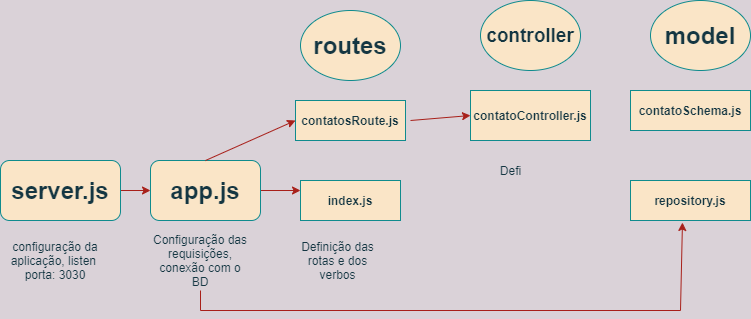
The draw.io diagram arquitetrua.png in nanda-oliveira/projeto-api-agenda, before a commit. Source tidied: cells renumbered, new cells last; positions are measured from the earlier drawing's top-left corner, leaving out a move shared by most shapes. The source it was exported from:
```xml
<mxGraphModel background="#DAD2D8">
  <root>
    <mxCell id="0" />
    <mxCell id="1" parent="0" />
    <mxCell id="2" style="edgeStyle=orthogonalEdgeStyle;curved=0;rounded=1;sketch=0;jettySize=auto;html=1;exitX=1;exitY=0.5;exitDx=0;exitDy=0;entryX=0;entryY=0.5;entryDx=0;entryDy=0;strokeColor=#A8201A;fillColor=#FAE5C7;fontColor=#143642;" parent="1" edge="1" source="3" target="5">
      <mxGeometry relative="1" as="geometry" />
    </mxCell>
    <mxCell id="3" value="&lt;h1&gt;server.js&lt;/h1&gt;" style="rounded=1;whiteSpace=wrap;html=1;fillColor=#FAE5C7;strokeColor=#0F8B8D;fontColor=#143642;" parent="1" vertex="1">
      <mxGeometry y="160" width="120" height="60" as="geometry" />
    </mxCell>
    <mxCell id="4" style="edgeStyle=orthogonalEdgeStyle;curved=0;rounded=1;sketch=0;jettySize=auto;html=1;strokeColor=#A8201A;fillColor=#FAE5C7;fontColor=#143642;" parent="1" edge="1" source="5" target="13">
      <mxGeometry relative="1" as="geometry">
        <Array as="points">
          <mxPoint x="300" y="190" />
          <mxPoint x="300" y="190" />
        </Array>
      </mxGeometry>
    </mxCell>
    <mxCell id="5" value="&lt;h1&gt;app.js&lt;/h1&gt;" style="rounded=1;whiteSpace=wrap;html=1;fillColor=#FAE5C7;strokeColor=#0F8B8D;fontColor=#143642;" parent="1" vertex="1">
      <mxGeometry x="150" y="160" width="110" height="60" as="geometry" />
    </mxCell>
    <mxCell id="6" value="&lt;h1&gt;model&lt;/h1&gt;" style="ellipse;whiteSpace=wrap;html=1;fillColor=#FAE5C7;strokeColor=#0F8B8D;fontColor=#143642;" parent="1" vertex="1">
      <mxGeometry x="650" width="100" height="70" as="geometry" />
    </mxCell>
    <mxCell id="7" value="&lt;h1 style=&quot;font-size: 19px&quot;&gt;controller&lt;/h1&gt;" style="ellipse;whiteSpace=wrap;html=1;fillColor=#FAE5C7;strokeColor=#0F8B8D;fontColor=#143642;" parent="1" vertex="1">
      <mxGeometry x="480" width="100" height="70" as="geometry" />
    </mxCell>
    <mxCell id="8" value="&lt;h1&gt;routes&lt;/h1&gt;" style="ellipse;whiteSpace=wrap;html=1;fillColor=#FAE5C7;strokeColor=#0F8B8D;fontColor=#143642;" parent="1" vertex="1">
      <mxGeometry x="300" y="10" width="100" height="70" as="geometry" />
    </mxCell>
    <mxCell id="9" value="&lt;b&gt;contatoSchema.js&lt;/b&gt;" style="rounded=0;whiteSpace=wrap;html=1;fillColor=#FAE5C7;strokeColor=#0F8B8D;fontColor=#143642;" parent="1" vertex="1">
      <mxGeometry x="630" y="90" width="120" height="40" as="geometry" />
    </mxCell>
    <mxCell id="10" value="&lt;b&gt;repository.js&lt;/b&gt;" style="rounded=0;whiteSpace=wrap;html=1;fillColor=#FAE5C7;strokeColor=#0F8B8D;fontColor=#143642;" parent="1" vertex="1">
      <mxGeometry x="630" y="180" width="120" height="40" as="geometry" />
    </mxCell>
    <mxCell id="11" value="&lt;b&gt;contatoController.js&lt;/b&gt;" style="rounded=0;whiteSpace=wrap;html=1;fillColor=#FAE5C7;strokeColor=#0F8B8D;fontColor=#143642;" parent="1" vertex="1">
      <mxGeometry x="470" y="90" width="120" height="50" as="geometry" />
    </mxCell>
    <mxCell id="12" value="&lt;b&gt;contatosRoute.js&lt;/b&gt;" style="rounded=0;whiteSpace=wrap;html=1;fillColor=#FAE5C7;strokeColor=#0F8B8D;fontColor=#143642;" parent="1" vertex="1">
      <mxGeometry x="295" y="100" width="110" height="40" as="geometry" />
    </mxCell>
    <mxCell id="13" value="&lt;b&gt;index.js&lt;/b&gt;" style="rounded=0;whiteSpace=wrap;html=1;fillColor=#FAE5C7;strokeColor=#0F8B8D;fontColor=#143642;" parent="1" vertex="1">
      <mxGeometry x="300" y="180" width="100" height="40" as="geometry" />
    </mxCell>
    <mxCell id="14" value="configuração da aplicação, listen&amp;nbsp;&lt;br&gt;porta: 3030" style="text;html=1;strokeColor=none;fillColor=none;align=center;verticalAlign=middle;whiteSpace=wrap;rounded=0;sketch=0;fontColor=#143642;" parent="1" vertex="1">
      <mxGeometry y="250" width="110" height="20" as="geometry" />
    </mxCell>
    <mxCell id="15" value="Configuração das requisições, conexão com o BD" style="text;html=1;strokeColor=none;fillColor=none;align=center;verticalAlign=middle;whiteSpace=wrap;rounded=0;sketch=0;fontColor=#143642;" parent="1" vertex="1">
      <mxGeometry x="150" y="250" width="100" height="20" as="geometry" />
    </mxCell>
    <mxCell id="16" value="Definição das rotas e dos verbos" style="text;html=1;strokeColor=none;fillColor=none;align=center;verticalAlign=middle;whiteSpace=wrap;rounded=0;sketch=0;fontColor=#143642;" parent="1" vertex="1">
      <mxGeometry x="295" y="230" width="85" height="60" as="geometry" />
    </mxCell>
    <mxCell id="17" style="endArrow=classic;html=1;strokeColor=#A8201A;fillColor=#FAE5C7;fontColor=#143642;exitX=0.5;exitY=0;exitDx=0;exitDy=0;entryX=0;entryY=0.5;entryDx=0;entryDy=0;" parent="1" edge="1" source="5" target="12">
      <mxGeometry relative="1" as="geometry" />
    </mxCell>
    <mxCell id="18" style="endArrow=none;html=1;strokeColor=#A8201A;fillColor=#FAE5C7;fontColor=#143642;" parent="1" edge="1">
      <mxGeometry relative="1" as="geometry">
        <mxPoint x="200" y="310" as="sourcePoint" />
        <mxPoint x="680" y="310" as="targetPoint" />
      </mxGeometry>
    </mxCell>
    <mxCell id="19" style="endArrow=classic;html=1;strokeColor=#A8201A;fillColor=#FAE5C7;fontColor=#143642;entryX=0.433;entryY=1.05;entryDx=0;entryDy=0;entryPerimeter=0;" parent="1" edge="1" target="10">
      <mxGeometry relative="1" as="geometry">
        <mxPoint x="680" y="310" as="sourcePoint" />
      </mxGeometry>
    </mxCell>
    <mxCell id="20" style="endArrow=none;html=1;strokeColor=#A8201A;fillColor=#FAE5C7;fontColor=#143642;" parent="1" edge="1">
      <mxGeometry relative="1" as="geometry">
        <mxPoint x="200" y="290" as="sourcePoint" />
        <mxPoint x="200" y="310" as="targetPoint" />
      </mxGeometry>
    </mxCell>
    <mxCell id="21" style="endArrow=classic;html=1;strokeColor=#A8201A;fillColor=#FAE5C7;fontColor=#143642;entryX=0;entryY=0.5;entryDx=0;entryDy=0;" parent="1" edge="1" target="11">
      <mxGeometry relative="1" as="geometry">
        <mxPoint x="410" y="120" as="sourcePoint" />
      </mxGeometry>
    </mxCell>
    <mxCell id="22" value="Defi" style="text;html=1;align=center;verticalAlign=middle;fontColor=#143642;" parent="1" vertex="1">
      <mxGeometry x="490" y="160" width="40" height="20" as="geometry" />
    </mxCell>
  </root>
</mxGraphModel>
```
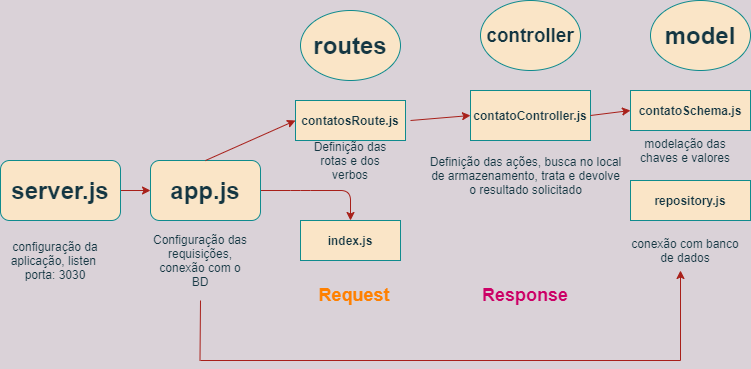
The same file after the commit.

The edit, as a diff of the source:
```diff
@@ -41,7 +41,7 @@
       <mxGeometry x="295" y="100" width="110" height="40" as="geometry" />
     </mxCell>
     <mxCell id="13" value="&lt;b&gt;index.js&lt;/b&gt;" style="rounded=0;whiteSpace=wrap;html=1;fillColor=#FAE5C7;strokeColor=#0F8B8D;fontColor=#143642;" parent="1" vertex="1">
-      <mxGeometry x="300" y="180" width="100" height="40" as="geometry" />
+      <mxGeometry x="300" y="220" width="100" height="40" as="geometry" />
     </mxCell>
     <mxCell id="14" value="configuração da aplicação, listen&amp;nbsp;&lt;br&gt;porta: 3030" style="text;html=1;strokeColor=none;fillColor=none;align=center;verticalAlign=middle;whiteSpace=wrap;rounded=0;sketch=0;fontColor=#143642;" parent="1" vertex="1">
       <mxGeometry y="250" width="110" height="20" as="geometry" />
@@ -50,26 +50,21 @@
       <mxGeometry x="150" y="250" width="100" height="20" as="geometry" />
     </mxCell>
     <mxCell id="16" value="Definição das rotas e dos verbos" style="text;html=1;strokeColor=none;fillColor=none;align=center;verticalAlign=middle;whiteSpace=wrap;rounded=0;sketch=0;fontColor=#143642;" parent="1" vertex="1">
-      <mxGeometry x="295" y="230" width="85" height="60" as="geometry" />
+      <mxGeometry x="310" y="150" width="80" height="20" as="geometry" />
     </mxCell>
     <mxCell id="17" style="endArrow=classic;html=1;strokeColor=#A8201A;fillColor=#FAE5C7;fontColor=#143642;exitX=0.5;exitY=0;exitDx=0;exitDy=0;entryX=0;entryY=0.5;entryDx=0;entryDy=0;" parent="1" edge="1" source="5" target="12">
       <mxGeometry relative="1" as="geometry" />
     </mxCell>
     <mxCell id="18" style="endArrow=none;html=1;strokeColor=#A8201A;fillColor=#FAE5C7;fontColor=#143642;" parent="1" edge="1">
       <mxGeometry relative="1" as="geometry">
-        <mxPoint x="200" y="310" as="sourcePoint" />
-        <mxPoint x="680" y="310" as="targetPoint" />
+        <mxPoint x="200" y="360" as="sourcePoint" />
+        <mxPoint x="680" y="360" as="targetPoint" />
       </mxGeometry>
     </mxCell>
-    <mxCell id="19" style="endArrow=classic;html=1;strokeColor=#A8201A;fillColor=#FAE5C7;fontColor=#143642;entryX=0.433;entryY=1.05;entryDx=0;entryDy=0;entryPerimeter=0;" parent="1" edge="1" target="10">
-      <mxGeometry relative="1" as="geometry">
-        <mxPoint x="680" y="310" as="sourcePoint" />
-      </mxGeometry>
-    </mxCell>
     <mxCell id="20" style="endArrow=none;html=1;strokeColor=#A8201A;fillColor=#FAE5C7;fontColor=#143642;" parent="1" edge="1">
       <mxGeometry relative="1" as="geometry">
-        <mxPoint x="200" y="290" as="sourcePoint" />
-        <mxPoint x="200" y="310" as="targetPoint" />
+        <mxPoint x="200" y="300" as="sourcePoint" />
+        <mxPoint x="199.5" y="360" as="targetPoint" />
       </mxGeometry>
     </mxCell>
     <mxCell id="21" style="endArrow=classic;html=1;strokeColor=#A8201A;fillColor=#FAE5C7;fontColor=#143642;entryX=0;entryY=0.5;entryDx=0;entryDy=0;" parent="1" edge="1" target="11">
@@ -77,8 +72,29 @@
         <mxPoint x="410" y="120" as="sourcePoint" />
       </mxGeometry>
     </mxCell>
-    <mxCell id="22" value="Defi" style="text;html=1;align=center;verticalAlign=middle;fontColor=#143642;" parent="1" vertex="1">
-      <mxGeometry x="490" y="160" width="40" height="20" as="geometry" />
+    <mxCell id="22" value="Definição das ações, busca no local&lt;br&gt;de armazenamento, trata e devolve&lt;br&gt;o resultado solicitado" style="text;html=1;align=center;verticalAlign=middle;fontColor=#143642;" parent="1" vertex="1">
+      <mxGeometry x="420" y="150" width="210" height="50" as="geometry" />
     </mxCell>
+    <mxCell id="23" style="endArrow=classic;html=1;strokeColor=#A8201A;fillColor=#FAE5C7;fontColor=#143642;" parent="1" edge="1">
+      <mxGeometry relative="1" as="geometry">
+        <mxPoint x="680" y="360" as="sourcePoint" />
+        <mxPoint x="680" y="270" as="targetPoint" />
+      </mxGeometry>
+    </mxCell>
+    <mxCell id="24" value="conexão com banco de dados" style="text;html=1;strokeColor=none;fillColor=none;align=center;verticalAlign=middle;whiteSpace=wrap;rounded=0;sketch=0;fontColor=#143642;" parent="1" vertex="1">
+      <mxGeometry x="630" y="240" width="110" height="20" as="geometry" />
+    </mxCell>
+    <mxCell id="25" style="endArrow=classic;html=1;strokeColor=#A8201A;fillColor=#FAE5C7;fontColor=#143642;entryX=0;entryY=0.5;entryDx=0;entryDy=0;exitX=1;exitY=0.5;exitDx=0;exitDy=0;" parent="1" edge="1" source="11" target="9">
+      <mxGeometry relative="1" as="geometry" />
+    </mxCell>
+    <mxCell id="26" value="modelação das chaves e valores" style="text;html=1;strokeColor=none;fillColor=none;align=center;verticalAlign=middle;whiteSpace=wrap;rounded=0;sketch=0;fontColor=#143642;" parent="1" vertex="1">
+      <mxGeometry x="630" y="140" width="110" height="20" as="geometry" />
+    </mxCell>
+    <mxCell id="27" value="&lt;h2&gt;&lt;font color=&quot;#ff8000&quot;&gt;Request&lt;/font&gt;&lt;/h2&gt;" style="text;html=1;strokeColor=none;fillColor=none;align=center;verticalAlign=middle;whiteSpace=wrap;rounded=0;sketch=0;fontColor=#143642;" parent="1" vertex="1">
+      <mxGeometry x="334" y="280" width="40" height="30" as="geometry" />
+    </mxCell>
+    <mxCell id="28" value="&lt;h2&gt;&lt;font color=&quot;#cc0066&quot;&gt;Response&lt;/font&gt;&lt;/h2&gt;" style="text;html=1;strokeColor=none;fillColor=none;align=center;verticalAlign=middle;whiteSpace=wrap;rounded=0;sketch=0;fontColor=#143642;" parent="1" vertex="1">
+      <mxGeometry x="505" y="280" width="40" height="30" as="geometry" />
+    </mxCell>
   </root>
 </mxGraphModel>
```
